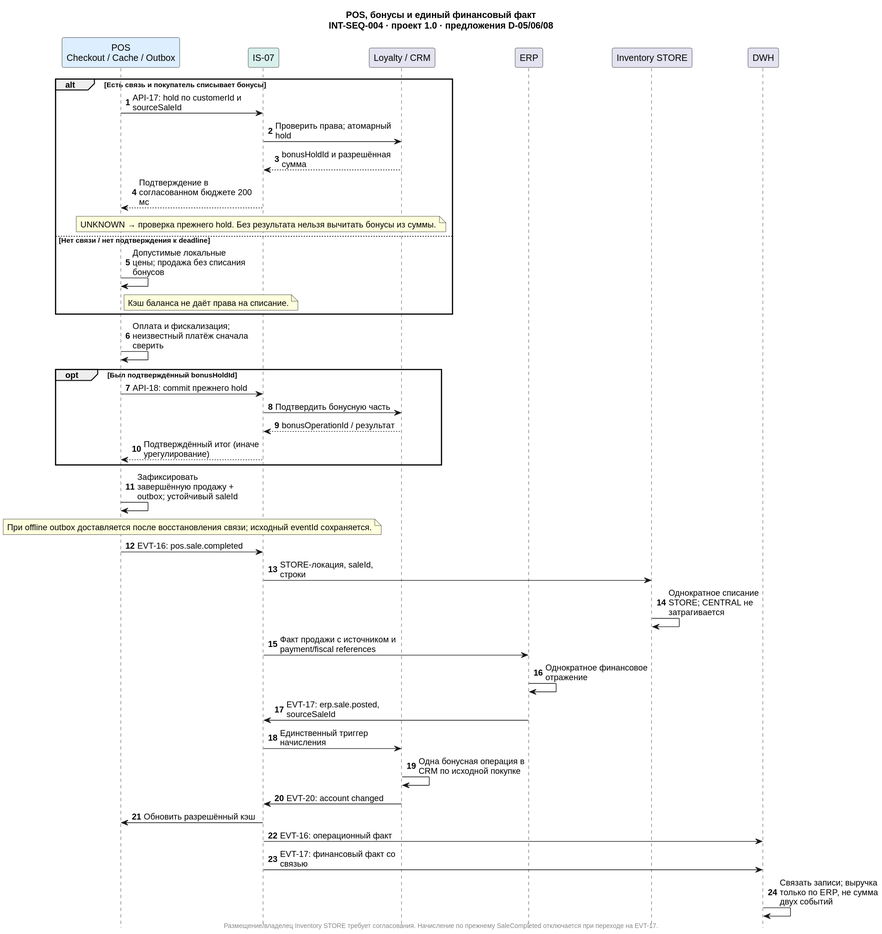
This is 06_integration_architecture/diagrams/INT-SEQ-004-pos-loyalty.svg from rsingatulin/hse_architecture, a PlantUML export, as it was before one commit.
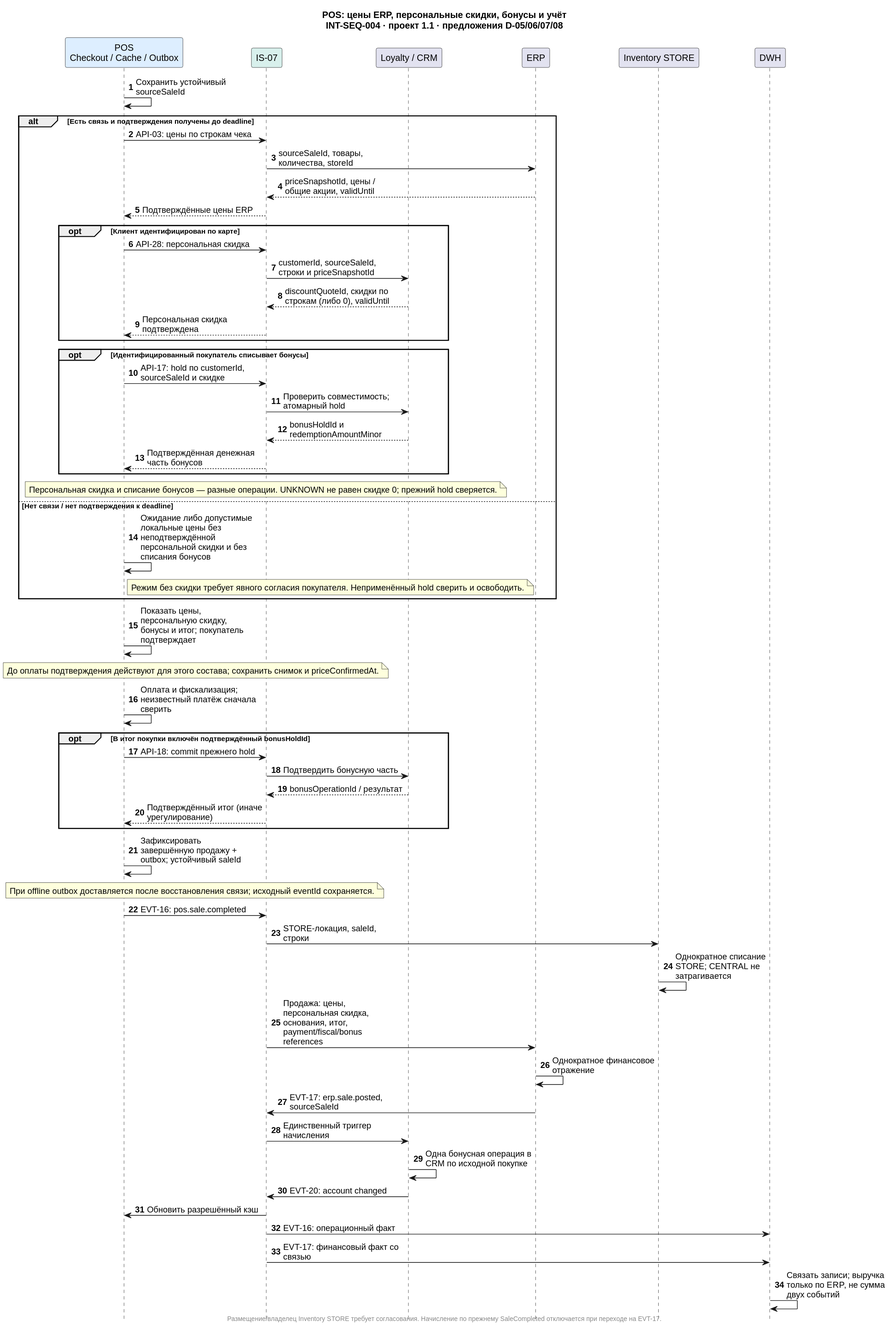
The same file after the commit.

What changed in the source:
```diff
@@ -5,25 +5,40 @@
 skinparam maxMessageSize 180
 hide footbox
 autonumber
-title POS, бонусы и единый финансовый факт\nINT-SEQ-004 · проект 1.0 · предложения D-05/06/08
+title POS: цены ERP, персональные скидки, бонусы и учёт\nINT-SEQ-004 · проект 1.1 · предложения D-05/06/07/08
 participant "POS\nCheckout / Cache / Outbox" as POS #DDEEFF
 participant "IS-07" as IP #D8F0EC
 participant "Loyalty / CRM" as Loyalty
 participant "ERP" as ERP
 participant "Inventory STORE" as Inv
 participant "DWH" as BI
-alt Есть связь и покупатель списывает бонусы
- POS -> IP: API-17: hold по customerId и sourceSaleId
- IP -> Loyalty: Проверить права; атомарный hold
- Loyalty --> IP: bonusHoldId и разрешённая сумма
- IP --> POS: Подтверждение в согласованном бюджете 200 мс
- note over POS,Loyalty: UNKNOWN → проверка прежнего hold. Без результата нельзя вычитать бонусы из суммы.
+POS -> POS: Сохранить устойчивый sourceSaleId
+alt Есть связь и подтверждения получены до deadline
+ POS -> IP: API-03: цены по строкам чека
+ IP -> ERP: sourceSaleId, товары, количества, storeId
+ ERP --> IP: priceSnapshotId, цены / общие акции, validUntil
+ IP --> POS: Подтверждённые цены ERP
+ opt Клиент идентифицирован по карте
+  POS -> IP: API-28: персональная скидка
+  IP -> Loyalty: customerId, sourceSaleId, строки и priceSnapshotId
+  Loyalty --> IP: discountQuoteId, скидки по строкам (либо 0), validUntil
+  IP --> POS: Персональная скидка подтверждена
+ end
+ opt Идентифицированный покупатель списывает бонусы
+  POS -> IP: API-17: hold по customerId, sourceSaleId и скидке
+  IP -> Loyalty: Проверить совместимость; атомарный hold
+  Loyalty --> IP: bonusHoldId и redemptionAmountMinor
+  IP --> POS: Подтверждённая денежная часть бонусов
+ end
+ note over POS,Loyalty: Персональная скидка и списание бонусов — разные операции. UNKNOWN не равен скидке 0; прежний hold сверяется.
 else Нет связи / нет подтверждения к deadline
- POS -> POS: Допустимые локальные цены; продажа без списания бонусов
- note right of POS: Кэш баланса не даёт права на списание.
+ POS -> POS: Ожидание либо допустимые локальные цены без неподтверждённой персональной скидки и без списания бонусов
+ note right of POS: Режим без скидки требует явного согласия покупателя. Неприменённый hold сверить и освободить.
 end
+POS -> POS: Показать цены, персональную скидку, бонусы и итог; покупатель подтверждает
+note over POS,IP: До оплаты подтверждения действуют для этого состава; сохранить снимок и priceConfirmedAt.
 POS -> POS: Оплата и фискализация; неизвестный платёж сначала сверить
-opt Был подтверждённый bonusHoldId
+opt В итог покупки включён подтверждённый bonusHoldId
  POS -> IP: API-18: commit прежнего hold
  IP -> Loyalty: Подтвердить бонусную часть
  Loyalty --> IP: bonusOperationId / результат
@@ -34,7 +49,7 @@
 POS -> IP: EVT-16: pos.sale.completed
 IP -> Inv: STORE-локация, saleId, строки
 Inv -> Inv: Однократное списание STORE; CENTRAL не затрагивается
-IP -> ERP: Факт продажи с источником и payment/fiscal references
+IP -> ERP: Продажа: цены, персональная скидка, основания, итог, payment/fiscal/bonus references
 ERP -> ERP: Однократное финансовое отражение
 ERP -> IP: EVT-17: erp.sale.posted, sourceSaleId
 IP -> Loyalty: Единственный триггер начисления
```
